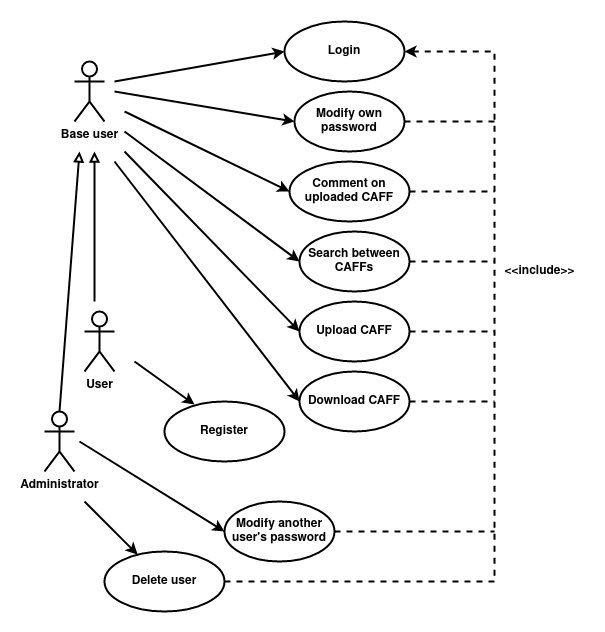
Before: Documentation/Use-case.png, a diagram exported from draw.io (nemkrisz11/Computer-Security-Homework-2021-SHAjt). Source tidied: cells renumbered, new cells last; positions are measured from the earlier drawing's top-left corner, leaving out a move shared by most shapes.
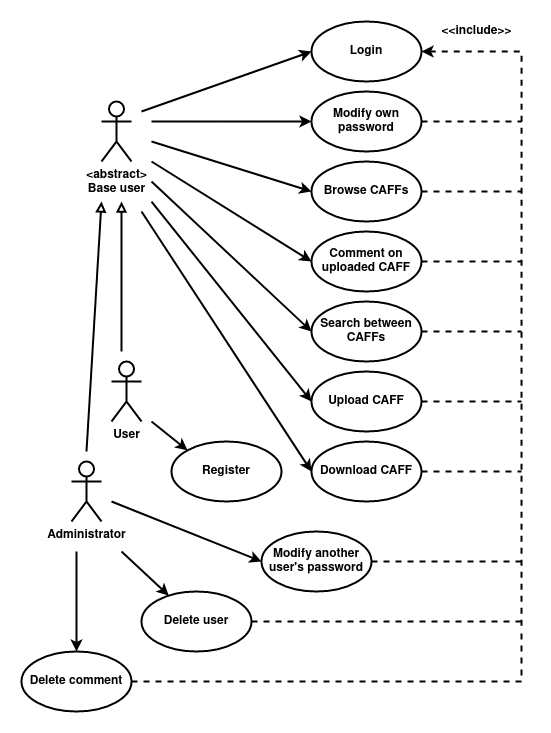
Above is the later version.

Commit message:
Added missing use-cases to diagram

Change to the diagram source:
```diff
@@ -2,8 +2,8 @@
   <root>
     <mxCell id="0" />
     <mxCell id="1" parent="0" />
-    <mxCell id="2" value="&lt;b&gt;Base user&lt;/b&gt;" style="shape=umlActor;verticalLabelPosition=bottom;verticalAlign=top;html=1;strokeWidth=2;" parent="1" vertex="1">
-      <mxGeometry x="30" y="40" width="30" height="60" as="geometry" />
+    <mxCell id="2" value="&lt;div&gt;&lt;b&gt;&amp;lt;abstract&amp;gt;&lt;br&gt;&lt;/b&gt;&lt;/div&gt;&lt;div&gt;&lt;b&gt;Base user&lt;/b&gt;&lt;/div&gt;" style="shape=umlActor;verticalLabelPosition=bottom;verticalAlign=top;html=1;strokeWidth=2;" parent="1" vertex="1">
+      <mxGeometry x="30" y="30" width="30" height="60" as="geometry" />
     </mxCell>
     <mxCell id="3" value="&lt;b&gt;Administrator&lt;/b&gt;" style="shape=umlActor;verticalLabelPosition=bottom;verticalAlign=top;html=1;outlineConnect=0;strokeWidth=2;" parent="1" vertex="1">
       <mxGeometry y="390" width="30" height="60" as="geometry" />
@@ -14,32 +14,32 @@
       </mxGeometry>
     </mxCell>
     <mxCell id="5" value="&lt;b&gt;Login&lt;/b&gt;" style="ellipse;whiteSpace=wrap;html=1;strokeWidth=2;" parent="1" vertex="1">
-      <mxGeometry x="240" width="120" height="60" as="geometry" />
+      <mxGeometry x="240" y="-50" width="110" height="60" as="geometry" />
     </mxCell>
     <mxCell id="6" value="&lt;b&gt;Upload CAFF&lt;/b&gt;" style="ellipse;whiteSpace=wrap;html=1;strokeWidth=2;" parent="1" vertex="1">
-      <mxGeometry x="255" y="280" width="110" height="60" as="geometry" />
+      <mxGeometry x="240" y="300" width="110" height="60" as="geometry" />
     </mxCell>
     <mxCell id="7" value="&lt;b&gt;Download CAFF&lt;/b&gt;" style="ellipse;whiteSpace=wrap;html=1;strokeWidth=2;" parent="1" vertex="1">
-      <mxGeometry x="255" y="350" width="110" height="60" as="geometry" />
+      <mxGeometry x="240" y="370" width="110" height="60" as="geometry" />
     </mxCell>
     <mxCell id="8" value="&lt;b&gt;Modify own password&lt;/b&gt;" style="ellipse;whiteSpace=wrap;html=1;strokeWidth=2;" parent="1" vertex="1">
-      <mxGeometry x="250" y="70" width="110" height="60" as="geometry" />
+      <mxGeometry x="240" y="20" width="110" height="60" as="geometry" />
     </mxCell>
     <mxCell id="9" value="&lt;b&gt;Search between CAFFs&lt;/b&gt;" style="ellipse;whiteSpace=wrap;html=1;strokeWidth=2;" parent="1" vertex="1">
-      <mxGeometry x="255" y="210" width="110" height="60" as="geometry" />
+      <mxGeometry x="240" y="230" width="110" height="60" as="geometry" />
     </mxCell>
     <mxCell id="10" value="&lt;b&gt;Delete user&lt;/b&gt;" style="ellipse;whiteSpace=wrap;html=1;strokeWidth=2;" parent="1" vertex="1">
-      <mxGeometry x="60" y="530" width="120" height="60" as="geometry" />
+      <mxGeometry x="70" y="520" width="110" height="60" as="geometry" />
     </mxCell>
     <mxCell id="11" value="&lt;b&gt;Register&lt;/b&gt;" style="ellipse;whiteSpace=wrap;html=1;strokeWidth=2;" parent="1" vertex="1">
-      <mxGeometry x="120" y="380" width="120" height="60" as="geometry" />
+      <mxGeometry x="100" y="370" width="110" height="60" as="geometry" />
     </mxCell>
     <mxCell id="12" value="&lt;b&gt;Comment on uploaded CAFF&lt;/b&gt;" style="ellipse;whiteSpace=wrap;html=1;strokeWidth=2;" parent="1" vertex="1">
-      <mxGeometry x="245" y="140" width="120" height="60" as="geometry" />
+      <mxGeometry x="240" y="160" width="110" height="60" as="geometry" />
     </mxCell>
     <mxCell id="13" style="endArrow=classic;html=1;rounded=0;entryX=0;entryY=0.5;entryDx=0;entryDy=0;strokeWidth=2;" parent="1" edge="1" target="5">
       <mxGeometry relative="1" as="geometry">
-        <mxPoint x="70" y="60" as="sourcePoint" />
+        <mxPoint x="70" y="40" as="sourcePoint" />
       </mxGeometry>
     </mxCell>
     <mxCell id="14" style="endArrow=classic;html=1;rounded=0;entryX=0;entryY=0.5;entryDx=0;entryDy=0;strokeWidth=2;" parent="1" edge="1" target="12">
@@ -49,7 +49,7 @@
     </mxCell>
     <mxCell id="15" style="endArrow=classic;html=1;rounded=0;entryX=0;entryY=0.5;entryDx=0;entryDy=0;strokeWidth=2;" parent="1" edge="1" target="8">
       <mxGeometry relative="1" as="geometry">
-        <mxPoint x="70" y="70" as="sourcePoint" />
+        <mxPoint x="80" y="50" as="sourcePoint" />
       </mxGeometry>
     </mxCell>
     <mxCell id="16" style="endArrow=classic;html=1;rounded=0;entryX=0;entryY=0.5;entryDx=0;entryDy=0;strokeWidth=2;" parent="1" edge="1" target="9">
@@ -59,15 +59,15 @@
     </mxCell>
     <mxCell id="17" style="endArrow=classic;html=1;rounded=0;strokeWidth=2;" parent="1" edge="1" target="10">
       <mxGeometry relative="1" as="geometry">
-        <mxPoint x="40" y="480" as="sourcePoint" />
+        <mxPoint x="50" y="480" as="sourcePoint" />
       </mxGeometry>
     </mxCell>
     <mxCell id="18" value="&lt;b&gt;Modify another user's password&lt;/b&gt;" style="ellipse;whiteSpace=wrap;html=1;strokeWidth=2;" parent="1" vertex="1">
-      <mxGeometry x="180" y="480" width="110" height="60" as="geometry" />
+      <mxGeometry x="190" y="460" width="110" height="60" as="geometry" />
     </mxCell>
     <mxCell id="19" style="endArrow=classic;html=1;rounded=0;entryX=0;entryY=0.5;entryDx=0;entryDy=0;strokeWidth=2;" parent="1" edge="1" target="18">
       <mxGeometry relative="1" as="geometry">
-        <mxPoint x="35" y="420" as="sourcePoint" />
+        <mxPoint x="40" y="430" as="sourcePoint" />
       </mxGeometry>
     </mxCell>
     <mxCell id="20" style="endArrow=classic;html=1;rounded=0;entryX=0;entryY=0.5;entryDx=0;entryDy=0;strokeWidth=2;" parent="1" edge="1" target="6">
@@ -75,14 +75,15 @@
         <mxPoint x="80" y="130" as="sourcePoint" />
       </mxGeometry>
     </mxCell>
-    <mxCell id="21" style="endArrow=classic;html=1;rounded=0;strokeWidth=2;entryX=0.25;entryY=0.05;entryDx=0;entryDy=0;entryPerimeter=0;" parent="1" edge="1" target="11">
+    <mxCell id="21" style="endArrow=classic;html=1;rounded=0;strokeWidth=2;entryX=0;entryY=0;entryDx=0;entryDy=0;" parent="1" edge="1" target="11">
       <mxGeometry relative="1" as="geometry">
-        <mxPoint x="90" y="340" as="sourcePoint" />
+        <mxPoint x="80" y="350" as="sourcePoint" />
       </mxGeometry>
     </mxCell>
-    <mxCell id="22" style="endArrow=none;html=1;rounded=0;entryX=0.5;entryY=0;entryDx=0;entryDy=0;entryPerimeter=0;endFill=0;strokeWidth=2;endSize=6;startArrow=block;startFill=0;" parent="1" edge="1" target="3">
+    <mxCell id="22" style="endArrow=none;html=1;rounded=0;endFill=0;strokeWidth=2;endSize=6;startArrow=block;startFill=0;jumpSize=11;jumpStyle=arc;" parent="1" edge="1">
       <mxGeometry relative="1" as="geometry">
-        <mxPoint x="35" y="130" as="sourcePoint" />
+        <mxPoint x="30" y="130" as="sourcePoint" />
+        <mxPoint x="15" y="380" as="targetPoint" />
       </mxGeometry>
     </mxCell>
     <mxCell id="23" value="&lt;b&gt;User&lt;/b&gt;" style="shape=umlActor;verticalLabelPosition=bottom;verticalAlign=top;html=1;strokeWidth=2;" parent="1" vertex="1">
@@ -101,41 +102,67 @@
     </mxCell>
     <mxCell id="26" style="rounded=0;jettySize=auto;html=1;exitX=1;exitY=0.5;exitDx=0;exitDy=0;startArrow=none;startFill=0;endArrow=none;endFill=0;endSize=6;strokeWidth=2;dashed=1;" parent="1" edge="1" source="8">
       <mxGeometry relative="1" as="geometry">
-        <mxPoint x="450" y="100" as="targetPoint" />
+        <mxPoint x="450" y="50" as="targetPoint" />
       </mxGeometry>
     </mxCell>
     <mxCell id="27" style="rounded=0;jettySize=auto;html=1;exitX=1;exitY=0.5;exitDx=0;exitDy=0;startArrow=none;startFill=0;endArrow=none;endFill=0;endSize=6;strokeWidth=2;dashed=1;" parent="1" edge="1" source="12">
       <mxGeometry relative="1" as="geometry">
-        <mxPoint x="450" y="170" as="targetPoint" />
+        <mxPoint x="450" y="190" as="targetPoint" />
       </mxGeometry>
     </mxCell>
     <mxCell id="28" style="rounded=0;jettySize=auto;html=1;exitX=1;exitY=0.5;exitDx=0;exitDy=0;startArrow=none;startFill=0;endArrow=none;endFill=0;endSize=6;strokeWidth=2;dashed=1;" parent="1" edge="1" source="9">
       <mxGeometry relative="1" as="geometry">
-        <mxPoint x="450" y="240" as="targetPoint" />
+        <mxPoint x="450" y="260" as="targetPoint" />
       </mxGeometry>
     </mxCell>
     <mxCell id="29" style="rounded=0;jettySize=auto;html=1;exitX=1;exitY=0.5;exitDx=0;exitDy=0;startArrow=none;startFill=0;endArrow=none;endFill=0;endSize=6;strokeWidth=2;dashed=1;" parent="1" edge="1" source="6">
       <mxGeometry relative="1" as="geometry">
-        <mxPoint x="450" y="310" as="targetPoint" />
+        <mxPoint x="450" y="330" as="targetPoint" />
       </mxGeometry>
     </mxCell>
     <mxCell id="30" style="rounded=0;jettySize=auto;html=1;exitX=1;exitY=0.5;exitDx=0;exitDy=0;startArrow=none;startFill=0;endArrow=none;endFill=0;endSize=6;strokeWidth=2;dashed=1;" parent="1" edge="1" source="7">
       <mxGeometry relative="1" as="geometry">
-        <mxPoint x="450" y="380" as="targetPoint" />
+        <mxPoint x="450" y="400" as="targetPoint" />
       </mxGeometry>
     </mxCell>
     <mxCell id="31" style="rounded=0;jettySize=auto;html=1;exitX=1;exitY=0.5;exitDx=0;exitDy=0;startArrow=none;startFill=0;endArrow=none;endFill=0;endSize=6;strokeWidth=2;dashed=1;" parent="1" edge="1" source="18">
       <mxGeometry relative="1" as="geometry">
-        <mxPoint x="450" y="510" as="targetPoint" />
+        <mxPoint x="450" y="490" as="targetPoint" />
       </mxGeometry>
     </mxCell>
     <mxCell id="32" style="rounded=0;jettySize=auto;html=1;exitX=1;exitY=0.5;exitDx=0;exitDy=0;startArrow=none;startFill=0;endArrow=none;endFill=0;endSize=6;strokeWidth=2;dashed=1;" parent="1" edge="1" source="10">
       <mxGeometry relative="1" as="geometry">
-        <mxPoint x="450" y="560" as="targetPoint" />
+        <mxPoint x="450" y="550" as="targetPoint" />
       </mxGeometry>
     </mxCell>
     <mxCell id="33" value="&lt;b&gt;&amp;lt;&amp;lt;include&amp;gt;&amp;gt;&lt;/b&gt;" style="text;html=1;align=center;verticalAlign=middle;strokeColor=none;fillColor=none;" parent="1" vertex="1">
-      <mxGeometry x="450" y="240" width="90" height="20" as="geometry" />
+      <mxGeometry x="360" y="-50" width="90" height="20" as="geometry" />
     </mxCell>
+    <mxCell id="34" value="&lt;b&gt;Delete comment&lt;/b&gt;" style="ellipse;whiteSpace=wrap;html=1;strokeWidth=2;" parent="1" vertex="1">
+      <mxGeometry x="-50" y="580" width="110" height="60" as="geometry" />
+    </mxCell>
+    <mxCell id="35" style="endArrow=classic;html=1;rounded=0;strokeWidth=2;entryX=0.5;entryY=0;entryDx=0;entryDy=0;" parent="1" edge="1" target="34">
+      <mxGeometry relative="1" as="geometry">
+        <mxPoint x="5" y="480" as="sourcePoint" />
+      </mxGeometry>
+    </mxCell>
+    <mxCell id="36" style="rounded=0;jettySize=auto;html=1;exitX=1;exitY=0.5;exitDx=0;exitDy=0;startArrow=none;startFill=0;endArrow=none;endFill=0;endSize=6;strokeWidth=2;dashed=1;edgeStyle=orthogonalEdgeStyle;" parent="1" edge="1" source="34">
+      <mxGeometry relative="1" as="geometry">
+        <mxPoint x="450" y="560" as="targetPoint" />
+      </mxGeometry>
+    </mxCell>
+    <mxCell id="37" value="&lt;b&gt;Browse CAFFs&lt;br&gt;&lt;/b&gt;" style="ellipse;whiteSpace=wrap;html=1;strokeWidth=2;" parent="1" vertex="1">
+      <mxGeometry x="240" y="90" width="110" height="60" as="geometry" />
+    </mxCell>
+    <mxCell id="38" style="rounded=0;jettySize=auto;html=1;startArrow=none;startFill=0;endArrow=none;endFill=0;endSize=6;strokeWidth=2;dashed=1;exitX=1;exitY=0.5;exitDx=0;exitDy=0;" parent="1" edge="1" source="37">
+      <mxGeometry relative="1" as="geometry">
+        <mxPoint x="450" y="120" as="targetPoint" />
+      </mxGeometry>
+    </mxCell>
+    <mxCell id="39" style="endArrow=classic;html=1;rounded=0;entryX=0;entryY=0.5;entryDx=0;entryDy=0;strokeWidth=2;" parent="1" edge="1" target="37">
+      <mxGeometry relative="1" as="geometry">
+        <mxPoint x="80" y="70" as="sourcePoint" />
+      </mxGeometry>
+    </mxCell>
   </root>
 </mxGraphModel>
```
